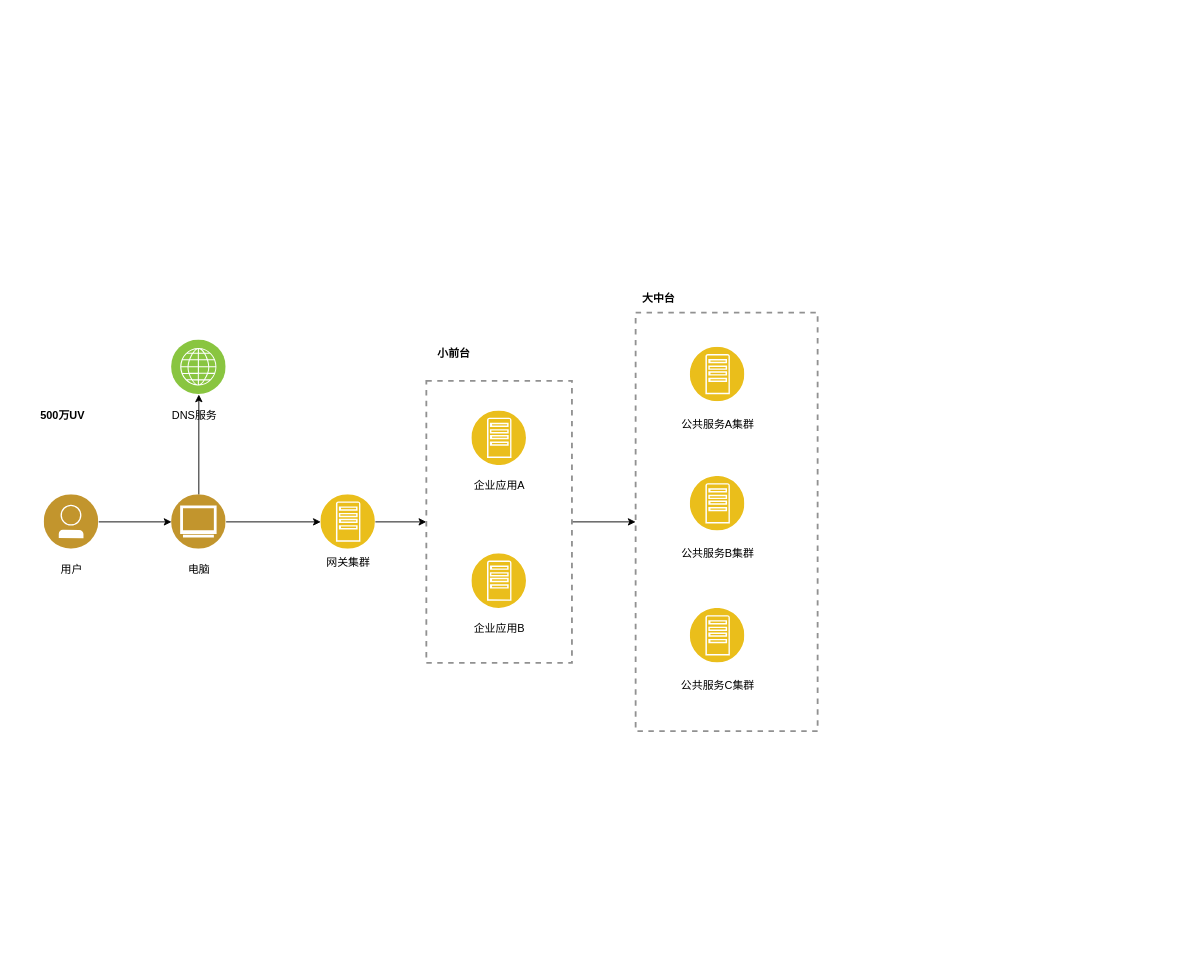
Above: 多元化业务-数据异构.drawio in ChengziMao/helloword (draw.io), before the change. Source tidied: cells renumbered, new cells numbered last; positions are measured from the earlier drawing's top-left corner, leaving out a move shared by most shapes. Both pictures are drawn from the tidied source at 91%, with x=0, y=0 at pixel (30, 285).
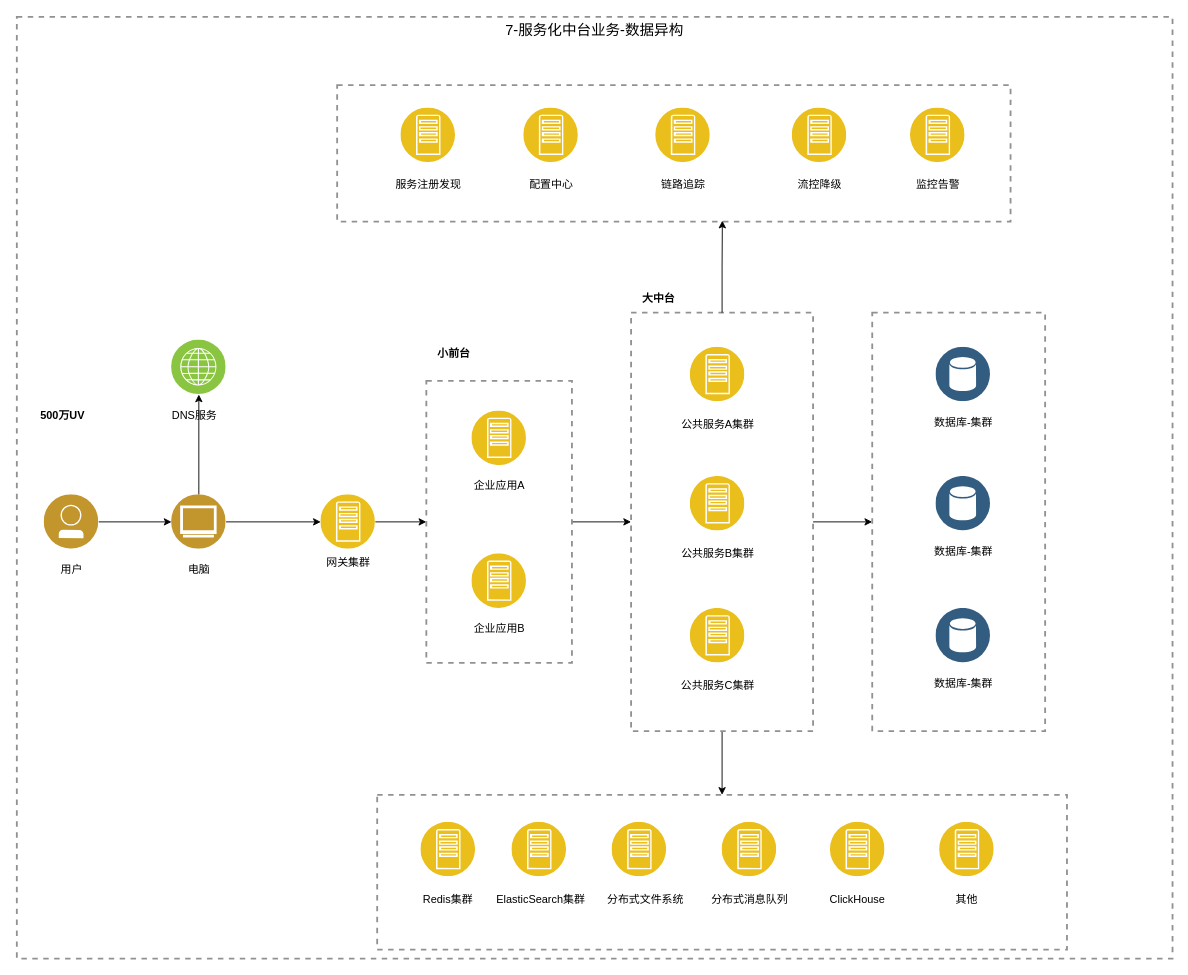
After the change.

Commit message (it also covers changes not shown here):
更新多元化业务-数据异构.drawio

Diff of the diagram source:
```diff
@@
+    <mxCell id="30" style="fontStyle=0;verticalAlign=top;align=center;spacingTop=-2;fillColor=none;rounded=0;whiteSpace=wrap;html=1;strokeColor=#919191;strokeWidth=2;dashed=1;" parent="1" vertex="1">
+      <mxGeometry x="381" y="560" width="758" height="170" as="geometry" />
+    </mxCell>
+    <mxCell id="31" style="image;perimeter=ellipsePerimeter;html=1;align=center;shadow=0;dashed=0;fontColor=#4277BB;labelBackgroundColor=default;fontSize=12;spacingTop=3;image=img/lib/ibm/applications/app_server.svg;" parent="30" vertex="1">
+      <mxGeometry x="48" y="30" width="60" height="60" as="geometry" />
+    </mxCell>
+    <mxCell id="32" value="Redis集群" style="text;html=1;align=center;verticalAlign=middle;whiteSpace=wrap;rounded=0;" parent="30" vertex="1">
+      <mxGeometry x="48" y="100" width="60" height="30" as="geometry" />
+    </mxCell>
+    <mxCell id="33" style="image;perimeter=ellipsePerimeter;html=1;align=center;shadow=0;dashed=0;fontColor=#4277BB;labelBackgroundColor=default;fontSize=12;spacingTop=3;image=img/lib/ibm/applications/app_server.svg;" parent="30" vertex="1">
+      <mxGeometry x="148" y="30" width="60" height="60" as="geometry" />
+    </mxCell>
+    <mxCell id="34" value="ElasticSearch集群" style="text;html=1;align=center;verticalAlign=middle;whiteSpace=wrap;rounded=0;" parent="30" vertex="1">
+      <mxGeometry x="124" y="100" width="112" height="30" as="geometry" />
+    </mxCell>
+    <mxCell id="35" style="image;perimeter=ellipsePerimeter;html=1;align=center;shadow=0;dashed=0;fontColor=#4277BB;labelBackgroundColor=default;fontSize=12;spacingTop=3;image=img/lib/ibm/applications/app_server.svg;" parent="30" vertex="1">
+      <mxGeometry x="258" y="30" width="60" height="60" as="geometry" />
+    </mxCell>
+    <mxCell id="36" value="分布式文件系统" style="text;html=1;align=center;verticalAlign=middle;whiteSpace=wrap;rounded=0;" parent="30" vertex="1">
+      <mxGeometry x="244" y="100" width="102" height="30" as="geometry" />
+    </mxCell>
+    <mxCell id="37" style="image;perimeter=ellipsePerimeter;html=1;align=center;shadow=0;dashed=0;fontColor=#4277BB;labelBackgroundColor=default;fontSize=12;spacingTop=3;image=img/lib/ibm/applications/app_server.svg;" parent="30" vertex="1">
+      <mxGeometry x="379" y="30" width="60" height="60" as="geometry" />
+    </mxCell>
+    <mxCell id="38" value="分布式消息队列" style="text;html=1;align=center;verticalAlign=middle;whiteSpace=wrap;rounded=0;" parent="30" vertex="1">
+      <mxGeometry x="358.5" y="100" width="101" height="30" as="geometry" />
+    </mxCell>
+    <mxCell id="39" style="image;perimeter=ellipsePerimeter;html=1;align=center;shadow=0;dashed=0;fontColor=#4277BB;labelBackgroundColor=default;fontSize=12;spacingTop=3;image=img/lib/ibm/applications/app_server.svg;" parent="30" vertex="1">
+      <mxGeometry x="498" y="30" width="60" height="60" as="geometry" />
+    </mxCell>
+    <mxCell id="40" value="ClickHouse" style="text;html=1;align=center;verticalAlign=middle;whiteSpace=wrap;rounded=0;" parent="30" vertex="1">
+      <mxGeometry x="498" y="100" width="60" height="30" as="geometry" />
+    </mxCell>
+    <mxCell id="41" style="image;perimeter=ellipsePerimeter;html=1;align=center;shadow=0;dashed=0;fontColor=#4277BB;labelBackgroundColor=default;fontSize=12;spacingTop=3;image=img/lib/ibm/applications/app_server.svg;" parent="30" vertex="1">
+      <mxGeometry x="618" y="30" width="60" height="60" as="geometry" />
+    </mxCell>
+    <mxCell id="42" value="其他" style="text;html=1;align=center;verticalAlign=middle;whiteSpace=wrap;rounded=0;" parent="30" vertex="1">
+      <mxGeometry x="618" y="100" width="60" height="30" as="geometry" />
+    </mxCell>
+    <mxCell id="43" style="edgeStyle=orthogonalEdgeStyle;rounded=0;jettySize=auto;html=1;" parent="1" edge="1" source="28" target="63">
+      <mxGeometry relative="1" as="geometry" />
+    </mxCell>
+    <mxCell id="44" style="edgeStyle=orthogonalEdgeStyle;rounded=0;jettySize=auto;html=1;entryX=0.5;entryY=0;entryDx=0;entryDy=0;" parent="1" edge="1" source="28" target="30">
+      <mxGeometry relative="1" as="geometry" />
+    </mxCell>
+    <mxCell id="28" style="fontStyle=0;verticalAlign=top;align=center;spacingTop=-2;fillColor=none;rounded=0;whiteSpace=wrap;html=1;strokeColor=#919191;strokeWidth=2;dashed=1;" parent="1" vertex="1">
+      <mxGeometry x="660" y="30" width="200" height="460" as="geometry" />
+    </mxCell>
@@
-    <mxCell id="28" style="fontStyle=0;verticalAlign=top;align=center;spacingTop=-2;fillColor=none;rounded=0;whiteSpace=wrap;html=1;strokeColor=#919191;strokeWidth=2;dashed=1;" parent="1" vertex="1">
-      <mxGeometry x="665" y="30" width="200" height="460" as="geometry" />
-    </mxCell>
@@
+    <mxCell id="45" style="fontStyle=0;verticalAlign=top;align=center;spacingTop=-2;fillColor=none;rounded=0;whiteSpace=wrap;html=1;strokeColor=#919191;strokeWidth=2;dashed=1;" parent="1" vertex="1">
+      <mxGeometry x="337" y="-220" width="740" height="150" as="geometry" />
+    </mxCell>
+    <mxCell id="46" style="image;perimeter=ellipsePerimeter;html=1;align=center;shadow=0;dashed=0;fontColor=#4277BB;labelBackgroundColor=default;fontSize=12;spacingTop=3;image=img/lib/ibm/applications/app_server.svg;" parent="45" vertex="1">
+      <mxGeometry x="70" y="25" width="60" height="60" as="geometry" />
+    </mxCell>
+    <mxCell id="47" value="服务注册发现" style="text;html=1;align=center;verticalAlign=middle;strokeColor=none;fillColor=none;" parent="45" vertex="1">
+      <mxGeometry x="50" y="95" width="100" height="30" as="geometry" />
+    </mxCell>
+    <mxCell id="48" style="image;perimeter=ellipsePerimeter;html=1;align=center;shadow=0;dashed=0;fontColor=#4277BB;labelBackgroundColor=default;fontSize=12;spacingTop=3;image=img/lib/ibm/applications/app_server.svg;" parent="45" vertex="1">
+      <mxGeometry x="205" y="25" width="60" height="60" as="geometry" />
+    </mxCell>
+    <mxCell id="49" value="配置中心" style="text;html=1;align=center;verticalAlign=middle;strokeColor=none;fillColor=none;" parent="45" vertex="1">
+      <mxGeometry x="200" y="95" width="70" height="30" as="geometry" />
+    </mxCell>
+    <mxCell id="50" style="image;perimeter=ellipsePerimeter;html=1;align=center;shadow=0;dashed=0;fontColor=#4277BB;labelBackgroundColor=default;fontSize=12;spacingTop=3;image=img/lib/ibm/applications/app_server.svg;" parent="45" vertex="1">
+      <mxGeometry x="350" y="25" width="60" height="60" as="geometry" />
+    </mxCell>
+    <mxCell id="51" value="链路追踪" style="text;html=1;align=center;verticalAlign=middle;strokeColor=none;fillColor=none;" parent="45" vertex="1">
+      <mxGeometry x="345" y="95" width="70" height="30" as="geometry" />
+    </mxCell>
+    <mxCell id="52" style="image;perimeter=ellipsePerimeter;html=1;align=center;shadow=0;dashed=0;fontColor=#4277BB;labelBackgroundColor=default;fontSize=12;spacingTop=3;image=img/lib/ibm/applications/app_server.svg;" parent="45" vertex="1">
+      <mxGeometry x="500" y="25" width="60" height="60" as="geometry" />
+    </mxCell>
+    <mxCell id="53" value="流控降级" style="text;html=1;align=center;verticalAlign=middle;strokeColor=none;fillColor=none;" parent="45" vertex="1">
+      <mxGeometry x="495" y="95" width="70" height="30" as="geometry" />
+    </mxCell>
+    <mxCell id="54" style="image;perimeter=ellipsePerimeter;html=1;align=center;shadow=0;dashed=0;fontColor=#4277BB;labelBackgroundColor=default;fontSize=12;spacingTop=3;image=img/lib/ibm/applications/app_server.svg;" parent="45" vertex="1">
+      <mxGeometry x="630" y="25" width="60" height="60" as="geometry" />
+    </mxCell>
+    <mxCell id="55" value="监控告警" style="text;html=1;align=center;verticalAlign=middle;strokeColor=none;fillColor=none;" parent="45" vertex="1">
+      <mxGeometry x="625" y="95" width="70" height="30" as="geometry" />
+    </mxCell>
+    <mxCell id="56" style="edgeStyle=orthogonalEdgeStyle;rounded=0;jettySize=auto;html=1;entryX=0.572;entryY=0.993;entryDx=0;entryDy=0;entryPerimeter=0;" parent="1" edge="1" source="28" target="45">
+      <mxGeometry relative="1" as="geometry" />
+    </mxCell>
+    <mxCell id="57" style="image;perimeter=ellipsePerimeter;html=1;align=center;shadow=0;dashed=0;fontColor=#4277BB;labelBackgroundColor=default;fontSize=12;spacingTop=3;image=img/lib/ibm/data/data_services.svg;" parent="1" vertex="1">
+      <mxGeometry x="995" y="68" width="60" height="60" as="geometry" />
+    </mxCell>
+    <mxCell id="58" value="数据库-集群" style="text;html=1;align=center;verticalAlign=middle;strokeColor=none;fillColor=none;" parent="1" vertex="1">
+      <mxGeometry x="980" y="136" width="90" height="30" as="geometry" />
+    </mxCell>
+    <mxCell id="59" style="image;perimeter=ellipsePerimeter;html=1;align=center;shadow=0;dashed=0;fontColor=#4277BB;labelBackgroundColor=default;fontSize=12;spacingTop=3;image=img/lib/ibm/data/data_services.svg;" parent="1" vertex="1">
+      <mxGeometry x="995" y="210" width="60" height="60" as="geometry" />
+    </mxCell>
+    <mxCell id="60" value="数据库-集群" style="text;html=1;align=center;verticalAlign=middle;strokeColor=none;fillColor=none;" parent="1" vertex="1">
+      <mxGeometry x="980" y="278" width="90" height="30" as="geometry" />
+    </mxCell>
+    <mxCell id="61" style="image;perimeter=ellipsePerimeter;html=1;align=center;shadow=0;dashed=0;fontColor=#4277BB;labelBackgroundColor=default;fontSize=12;spacingTop=3;image=img/lib/ibm/data/data_services.svg;" parent="1" vertex="1">
+      <mxGeometry x="995" y="355" width="60" height="60" as="geometry" />
+    </mxCell>
+    <mxCell id="62" value="数据库-集群" style="text;html=1;align=center;verticalAlign=middle;strokeColor=none;fillColor=none;" parent="1" vertex="1">
+      <mxGeometry x="980" y="423" width="90" height="30" as="geometry" />
+    </mxCell>
+    <mxCell id="63" style="fontStyle=0;verticalAlign=top;align=center;spacingTop=-2;fillColor=none;rounded=0;whiteSpace=wrap;html=1;strokeColor=#919191;strokeWidth=2;dashed=1;" parent="1" vertex="1">
+      <mxGeometry x="925" y="30" width="190" height="460" as="geometry" />
+    </mxCell>
+    <mxCell id="64" value="7-服务化中台业务-数据异构" style="fontStyle=0;verticalAlign=top;align=center;spacingTop=-2;fillColor=none;rounded=0;whiteSpace=wrap;html=1;strokeColor=#919191;strokeWidth=2;dashed=1;fontSize=16;" parent="1" vertex="1">
+      <mxGeometry x="-15" y="-295" width="1270" height="1035" as="geometry" />
+    </mxCell>
```
